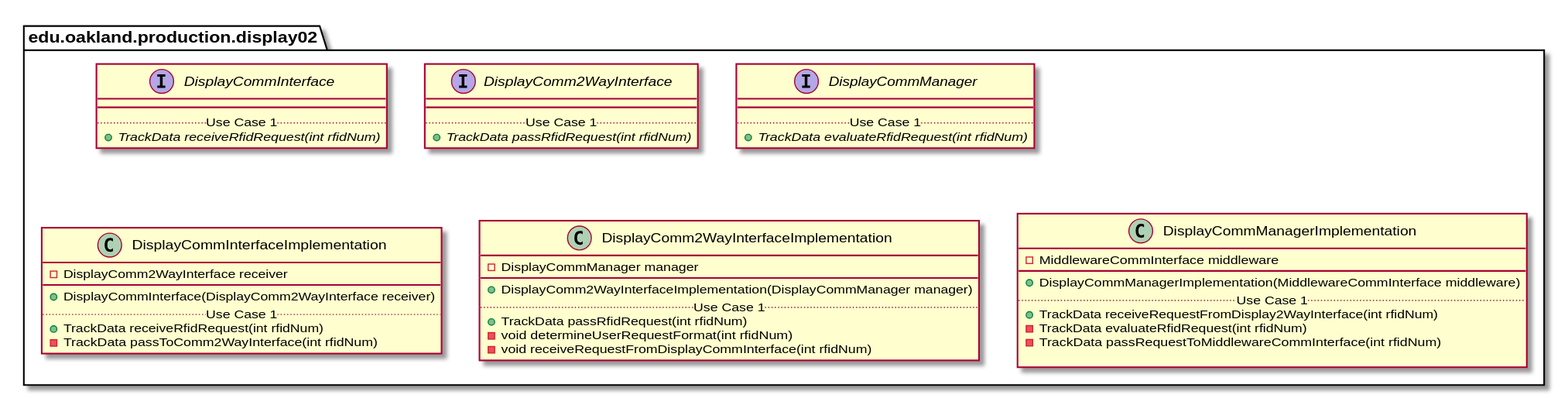
Earlier version of the PlantUML export docs/uml-class-diagrams/display02/production/Display02ProductionPackage.svg (andrewdimmer/csi-3370-software-project). Source of this version:
```plantuml
@startuml Display02ProductionPackage

package edu.oakland.production.display02 {

}


package edu.oakland.production.display02 {
    interface DisplayCommInterface {
        __
        .. Use Case 1 ..
        {abstract} + TrackData receiveRfidRequest(int rfidNum)
    }
}


package edu.oakland.production.display02 {
    interface DisplayComm2WayInterface {
        __
        .. Use Case 1 ..
        {abstract} + TrackData passRfidRequest(int rfidNum)
    }
}


package edu.oakland.production.display02 {
    interface DisplayCommManager {
        __
        .. Use Case 1 ..
        {abstract} + TrackData evaluateRfidRequest(int rfidNum)
    }
}


package edu.oakland.production.display02 {
    class DisplayCommInterfaceImplementation {
        - DisplayComm2WayInterface receiver
        __
        + DisplayCommInterface(DisplayComm2WayInterface receiver)
        .. Use Case 1 ..
        + TrackData receiveRfidRequest(int rfidNum)
        - TrackData passToComm2WayInterface(int rfidNum)
    }
}


package edu.oakland.production.display02 {
    class DisplayComm2WayInterfaceImplementation {
        - DisplayCommManager manager
        __
        + DisplayComm2WayInterfaceImplementation(DisplayCommManager manager)
        .. Use Case 1 ..
        + TrackData passRfidRequest(int rfidNum)
        - void determineUserRequestFormat(int rfidNum)
        - void receiveRequestFromDisplayCommInterface(int rfidNum)
    }
}


package edu.oakland.production.display02 {
    class DisplayCommManagerImplementation {
        - MiddlewareCommInterface middleware
        __
        + DisplayCommManagerImplementation(MiddlewareCommInterface middleware)
        .. Use Case 1 ..
        + TrackData receiveRequestFromDisplay2WayInterface(int rfidNum)
        - TrackData evaluateRfidRequest(int rfidNum)
        - TrackData passRequestToMiddlewareCommInterface(int rfidNum)

    }
}


@enduml
```
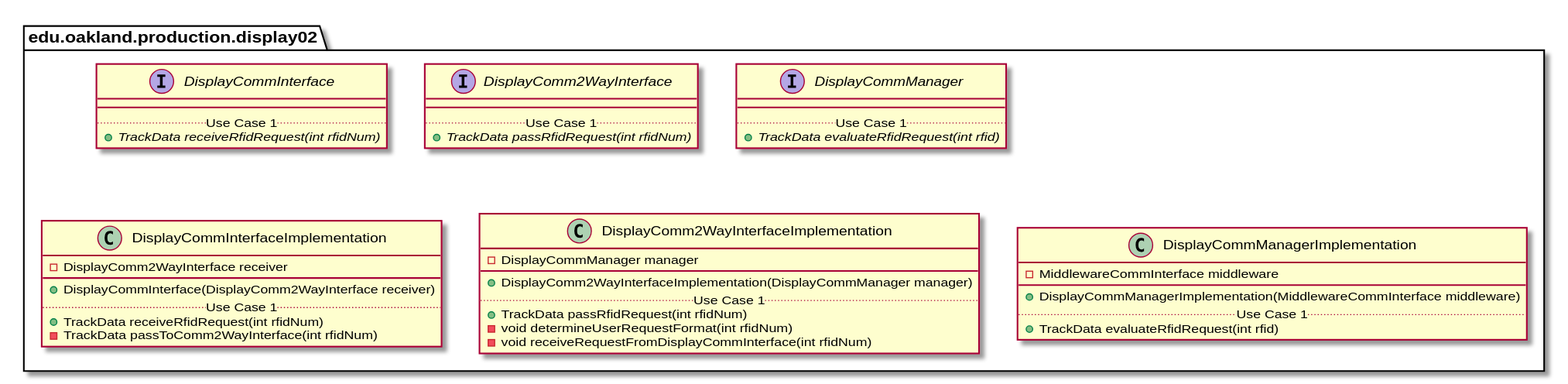
The same file after the commit.

What changed in the source:
```diff
@@ -27,7 +27,7 @@
     interface DisplayCommManager {
         __
         .. Use Case 1 ..
-        {abstract} + TrackData evaluateRfidRequest(int rfidNum)
+        {abstract} + TrackData evaluateRfidRequest(int rfid)
     }
 }
 
@@ -63,10 +63,7 @@
         __
         + DisplayCommManagerImplementation(MiddlewareCommInterface middleware)
         .. Use Case 1 ..
-        + TrackData receiveRequestFromDisplay2WayInterface(int rfidNum)
-        - TrackData evaluateRfidRequest(int rfidNum)
-        - TrackData passRequestToMiddlewareCommInterface(int rfidNum)
-
+        + TrackData evaluateRfidRequest(int rfid)
     }
 }
 
```
